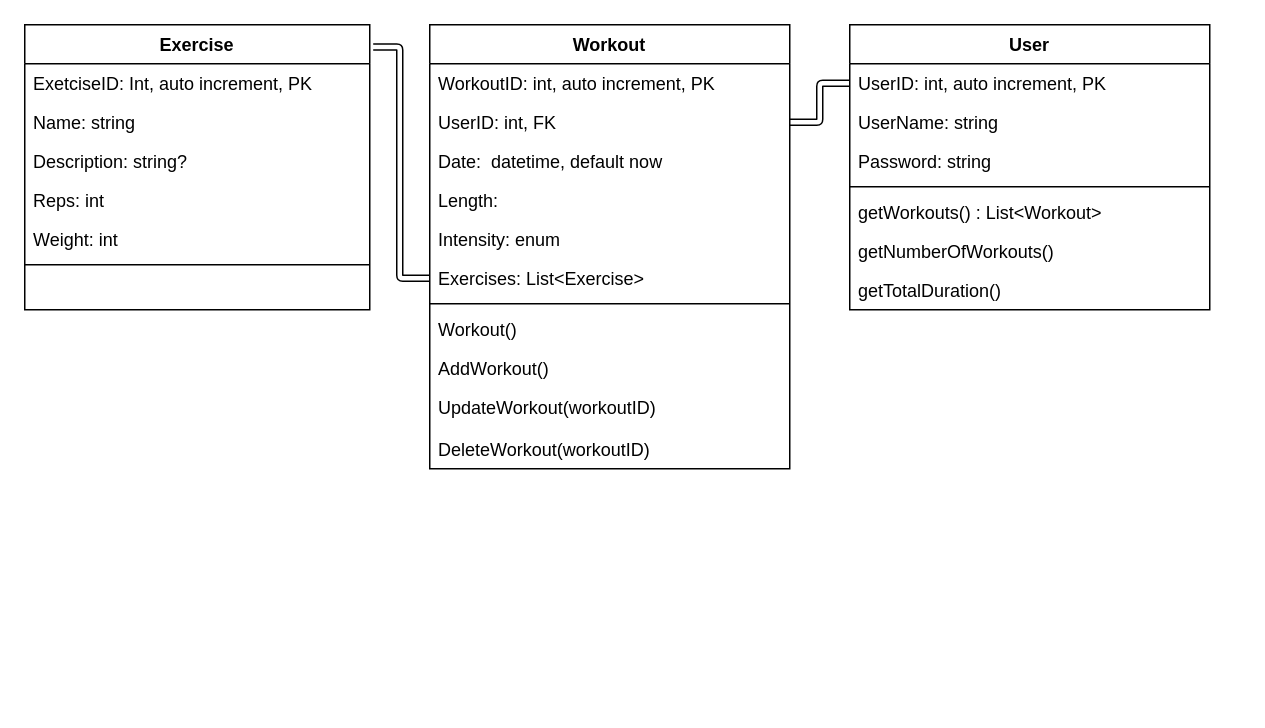
The draw.io diagram Drawio/klassdiagram.drawio in ispyspiders/projekt, before the edit. Source tidied: cells renumbered, new cells numbered last; positions are measured from the earlier drawing's top-left corner, leaving out a move shared by most shapes. Both pictures are drawn from the tidied source at 150%, with x=0, y=0 at pixel (24, 24).
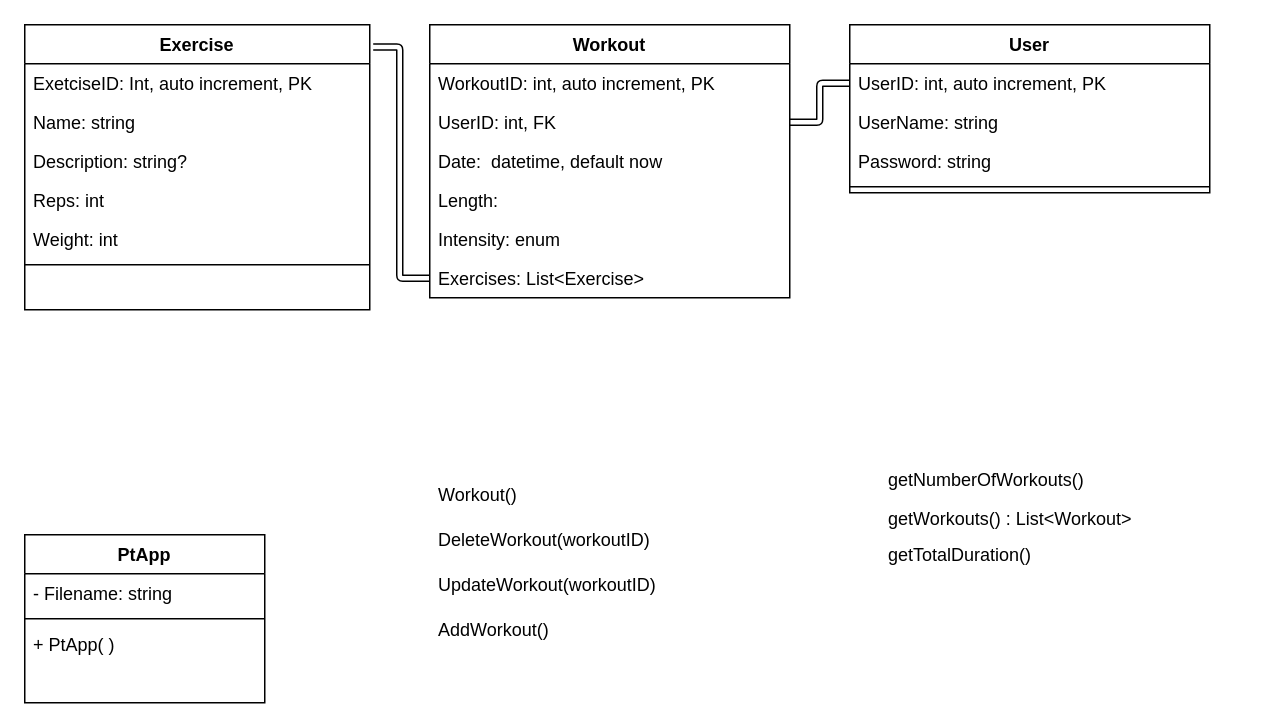
Above is the later version.

Commit message:
uppdaterat klassdiagram

Unchanged cells that the change refers to:
```xml
<mxCell id="13" value="UserID: int, FK" style="text;strokeColor=none;fillColor=none;align=left;verticalAlign=top;spacingLeft=4;spacingRight=4;overflow=hidden;points=[[0,0.5],[1,0.5]];portConstraint=eastwest;" parent="11" vertex="1">
  <mxGeometry y="52" width="240" height="26" as="geometry" />
</mxCell>
<mxCell id="24" value="UserID: int, auto increment, PK" style="text;strokeColor=none;fillColor=none;align=left;verticalAlign=top;spacingLeft=4;spacingRight=4;overflow=hidden;points=[[0,0.5],[1,0.5]];portConstraint=eastwest;" parent="23" vertex="1">
  <mxGeometry y="26" width="240" height="26" as="geometry" />
</mxCell>
```

Change to the diagram source:
```diff
@@
     <mxCell id="11" value="Workout" style="swimlane;fontStyle=1;align=center;verticalAlign=top;horizontal=1;startSize=26;" parent="1" vertex="1">
-      <mxGeometry x="270" width="240" height="296" as="geometry" />
+      <mxGeometry x="270" width="240" height="182" as="geometry" />
     </mxCell>
@@
-    <mxCell id="18" style="line;strokeWidth=1;fillColor=none;align=left;verticalAlign=middle;spacingTop=-1;spacingLeft=3;spacingRight=3;labelPosition=right;strokeColor=inherit;" parent="11" vertex="1">
-      <mxGeometry y="182" width="240" height="8" as="geometry" />
-    </mxCell>
-    <mxCell id="19" value="Workout()" style="text;strokeColor=none;fillColor=none;align=left;verticalAlign=top;spacingLeft=4;spacingRight=4;overflow=hidden;" parent="11" vertex="1">
-      <mxGeometry y="190" width="240" height="26" as="geometry" />
-    </mxCell>
-    <mxCell id="20" value="AddWorkout()" style="text;strokeColor=none;fillColor=none;align=left;verticalAlign=top;spacingLeft=4;spacingRight=4;overflow=hidden;" parent="11" vertex="1">
-      <mxGeometry y="216" width="240" height="26" as="geometry" />
-    </mxCell>
-    <mxCell id="21" value="UpdateWorkout(workoutID)" style="text;strokeColor=none;fillColor=none;align=left;verticalAlign=top;spacingLeft=4;spacingRight=4;overflow=hidden;" parent="11" vertex="1">
-      <mxGeometry y="242" width="240" height="28" as="geometry" />
-    </mxCell>
-    <mxCell id="22" value="DeleteWorkout(workoutID)" style="text;strokeColor=none;fillColor=none;align=left;verticalAlign=top;spacingLeft=4;spacingRight=4;overflow=hidden;" parent="11" vertex="1">
-      <mxGeometry y="270" width="240" height="26" as="geometry" />
-    </mxCell>
     <mxCell id="23" value="User" style="swimlane;fontStyle=1;align=center;verticalAlign=top;horizontal=1;startSize=26;" parent="1" vertex="1">
-      <mxGeometry x="550" width="240" height="190" as="geometry" />
+      <mxGeometry x="550" width="240" height="112" as="geometry" />
     </mxCell>
@@
+    <mxCell id="31" style="edgeStyle=orthogonalEdgeStyle;html=1;exitX=1;exitY=0.5;exitDx=0;exitDy=0;entryX=0;entryY=0.5;entryDx=0;entryDy=0;shape=link;" parent="1" edge="1" source="13" target="24">
+      <mxGeometry relative="1" as="geometry" />
+    </mxCell>
+    <mxCell id="32" value="PtApp" style="swimlane;fontStyle=1;align=center;verticalAlign=top;horizontal=1;startSize=26;" parent="1" vertex="1">
+      <mxGeometry y="340" width="160" height="112" as="geometry" />
+    </mxCell>
+    <mxCell id="33" value="- Filename: string" style="text;strokeColor=none;fillColor=none;align=left;verticalAlign=top;spacingLeft=4;spacingRight=4;overflow=hidden;" parent="32" vertex="1">
+      <mxGeometry y="26" width="160" height="26" as="geometry" />
+    </mxCell>
+    <mxCell id="34" style="line;strokeWidth=1;fillColor=none;align=left;verticalAlign=middle;spacingTop=-1;spacingLeft=3;spacingRight=3;labelPosition=right;strokeColor=inherit;" parent="32" vertex="1">
+      <mxGeometry y="52" width="160" height="8" as="geometry" />
+    </mxCell>
+    <mxCell id="35" value="+ PtApp( )" style="text;strokeColor=none;fillColor=none;align=left;verticalAlign=top;spacingLeft=4;spacingRight=4;overflow=hidden;" parent="32" vertex="1">
+      <mxGeometry y="60" width="160" height="26" as="geometry" />
+    </mxCell>
+    <mxCell id="36" style="text;strokeColor=none;fillColor=none;align=left;verticalAlign=top;spacingLeft=4;spacingRight=4;overflow=hidden;" parent="32" vertex="1">
+      <mxGeometry y="86" width="160" height="26" as="geometry" />
+    </mxCell>
-    <mxCell id="28" value="getWorkouts() : List&lt;Workout&gt;" style="text;strokeColor=none;fillColor=none;align=left;verticalAlign=top;spacingLeft=4;spacingRight=4;overflow=hidden;" parent="23" vertex="1">
-      <mxGeometry y="112" width="240" height="26" as="geometry" />
+    <mxCell id="28" value="getWorkouts() : List&lt;Workout&gt;" style="text;strokeColor=none;fillColor=none;align=left;verticalAlign=top;spacingLeft=4;spacingRight=4;overflow=hidden;" parent="1" vertex="1">
+      <mxGeometry x="570" y="316" width="240" height="26" as="geometry" />
     </mxCell>
-    <mxCell id="29" value="getNumberOfWorkouts()" style="text;strokeColor=none;fillColor=none;align=left;verticalAlign=top;spacingLeft=4;spacingRight=4;overflow=hidden;" parent="23" vertex="1">
-      <mxGeometry y="138" width="240" height="26" as="geometry" />
+    <mxCell id="29" value="getNumberOfWorkouts()" style="text;strokeColor=none;fillColor=none;align=left;verticalAlign=top;spacingLeft=4;spacingRight=4;overflow=hidden;" parent="1" vertex="1">
+      <mxGeometry x="570" y="290" width="240" height="26" as="geometry" />
     </mxCell>
-    <mxCell id="30" value="getTotalDuration()" style="text;strokeColor=none;fillColor=none;align=left;verticalAlign=top;spacingLeft=4;spacingRight=4;overflow=hidden;" parent="23" vertex="1">
-      <mxGeometry y="164" width="240" height="26" as="geometry" />
+    <mxCell id="30" value="getTotalDuration()" style="text;strokeColor=none;fillColor=none;align=left;verticalAlign=top;spacingLeft=4;spacingRight=4;overflow=hidden;" parent="1" vertex="1">
+      <mxGeometry x="570" y="340" width="240" height="26" as="geometry" />
     </mxCell>
-    <mxCell id="31" style="edgeStyle=orthogonalEdgeStyle;html=1;exitX=1;exitY=0.5;exitDx=0;exitDy=0;entryX=0;entryY=0.5;entryDx=0;entryDy=0;shape=link;" parent="1" edge="1" source="13" target="24">
-      <mxGeometry relative="1" as="geometry" />
-    </mxCell>
+    <mxCell id="20" value="AddWorkout()" style="text;strokeColor=none;fillColor=none;align=left;verticalAlign=top;spacingLeft=4;spacingRight=4;overflow=hidden;" parent="1" vertex="1">
+      <mxGeometry x="270" y="390" width="240" height="26" as="geometry" />
+    </mxCell>
+    <mxCell id="21" value="UpdateWorkout(workoutID)" style="text;strokeColor=none;fillColor=none;align=left;verticalAlign=top;spacingLeft=4;spacingRight=4;overflow=hidden;" parent="1" vertex="1">
+      <mxGeometry x="270" y="360" width="240" height="28" as="geometry" />
+    </mxCell>
+    <mxCell id="22" value="DeleteWorkout(workoutID)" style="text;strokeColor=none;fillColor=none;align=left;verticalAlign=top;spacingLeft=4;spacingRight=4;overflow=hidden;" parent="1" vertex="1">
+      <mxGeometry x="270" y="330" width="240" height="26" as="geometry" />
+    </mxCell>
+    <mxCell id="19" value="Workout()" style="text;strokeColor=none;fillColor=none;align=left;verticalAlign=top;spacingLeft=4;spacingRight=4;overflow=hidden;" parent="1" vertex="1">
+      <mxGeometry x="270" y="300" width="240" height="26" as="geometry" />
+    </mxCell>
```
